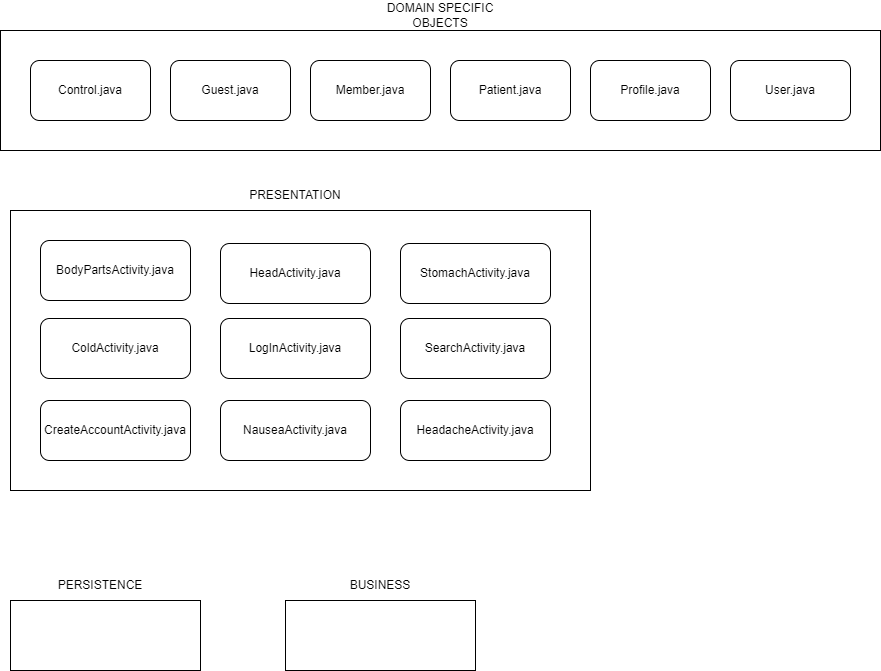
The draw.io diagram Iteration2_documents/ArchitectureDiagram.png in Vedant1206/Personal-HealthCare, before a commit. Source tidied: cells renumbered, new cells last; positions are measured from the earlier drawing's top-left corner, leaving out a move shared by most shapes.
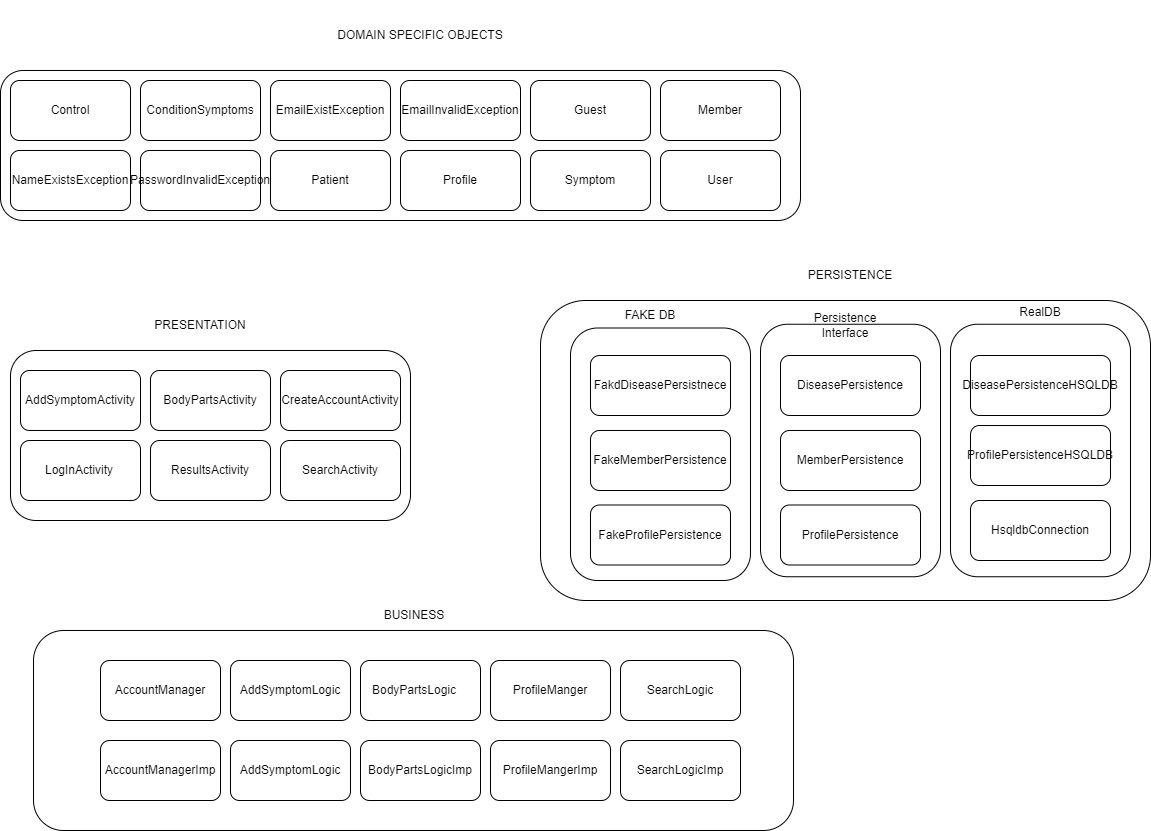
The same diagram one commit later.

Change to the diagram source:
```diff
@@ -2,74 +2,242 @@
   <root>
     <mxCell id="0" />
     <mxCell id="1" parent="0" />
-    <mxCell id="2" style="rounded=0;whiteSpace=wrap;html=1;align=left;" parent="1" vertex="1">
-      <mxGeometry y="30" width="880" height="120" as="geometry" />
-    </mxCell>
-    <mxCell id="3" value="Guest.java" style="rounded=1;whiteSpace=wrap;html=1;" parent="1" vertex="1">
-      <mxGeometry x="170" y="60" width="120" height="60" as="geometry" />
-    </mxCell>
-    <mxCell id="4" value="Member.java" style="rounded=1;whiteSpace=wrap;html=1;" parent="1" vertex="1">
-      <mxGeometry x="310" y="60" width="120" height="60" as="geometry" />
-    </mxCell>
-    <mxCell id="5" value="Patient.java" style="rounded=1;whiteSpace=wrap;html=1;" parent="1" vertex="1">
-      <mxGeometry x="450" y="60" width="120" height="60" as="geometry" />
-    </mxCell>
-    <mxCell id="6" value="Profile.java" style="rounded=1;whiteSpace=wrap;html=1;" parent="1" vertex="1">
-      <mxGeometry x="590" y="60" width="120" height="60" as="geometry" />
-    </mxCell>
-    <mxCell id="7" value="User.java" style="rounded=1;whiteSpace=wrap;html=1;" parent="1" vertex="1">
-      <mxGeometry x="730" y="60" width="120" height="60" as="geometry" />
-    </mxCell>
-    <mxCell id="8" value="Control.java" style="rounded=1;whiteSpace=wrap;html=1;" parent="1" vertex="1">
-      <mxGeometry x="30" y="60" width="120" height="60" as="geometry" />
-    </mxCell>
-    <mxCell id="9" style="rounded=0;whiteSpace=wrap;html=1;align=left;" parent="1" vertex="1">
-      <mxGeometry x="10" y="210" width="580" height="280" as="geometry" />
-    </mxCell>
-    <mxCell id="10" value="ColdActivity.java" style="rounded=1;whiteSpace=wrap;html=1;" parent="1" vertex="1">
-      <mxGeometry x="40" y="318" width="150" height="60" as="geometry" />
-    </mxCell>
-    <mxCell id="11" value="CreateAccountActivity.java" style="rounded=1;whiteSpace=wrap;html=1;" parent="1" vertex="1">
-      <mxGeometry x="40" y="400" width="150" height="60" as="geometry" />
-    </mxCell>
-    <mxCell id="12" value="HeadacheActivity.java" style="rounded=1;whiteSpace=wrap;html=1;" parent="1" vertex="1">
-      <mxGeometry x="400" y="400" width="150" height="60" as="geometry" />
-    </mxCell>
-    <mxCell id="13" value="HeadActivity.java" style="rounded=1;whiteSpace=wrap;html=1;" parent="1" vertex="1">
-      <mxGeometry x="220" y="243" width="150" height="60" as="geometry" />
-    </mxCell>
-    <mxCell id="14" value="LogInActivity.java" style="rounded=1;whiteSpace=wrap;html=1;" parent="1" vertex="1">
-      <mxGeometry x="220" y="318" width="150" height="60" as="geometry" />
-    </mxCell>
-    <mxCell id="15" value="BodyPartsActivity.java" style="rounded=1;whiteSpace=wrap;html=1;" parent="1" vertex="1">
-      <mxGeometry x="40" y="240" width="150" height="60" as="geometry" />
-    </mxCell>
-    <mxCell id="16" style="rounded=0;whiteSpace=wrap;html=1;align=left;" parent="1" vertex="1">
-      <mxGeometry x="10" y="600" width="190" height="70" as="geometry" />
-    </mxCell>
-    <mxCell id="17" value="NauseaActivity.java" style="rounded=1;whiteSpace=wrap;html=1;" parent="1" vertex="1">
-      <mxGeometry x="220" y="400" width="150" height="60" as="geometry" />
-    </mxCell>
-    <mxCell id="18" value="SearchActivity.java" style="rounded=1;whiteSpace=wrap;html=1;" parent="1" vertex="1">
-      <mxGeometry x="400" y="318" width="150" height="60" as="geometry" />
-    </mxCell>
-    <mxCell id="19" value="StomachActivity.java" style="rounded=1;whiteSpace=wrap;html=1;" parent="1" vertex="1">
-      <mxGeometry x="400" y="243" width="150" height="60" as="geometry" />
-    </mxCell>
-    <mxCell id="20" style="rounded=0;whiteSpace=wrap;html=1;align=left;" parent="1" vertex="1">
-      <mxGeometry x="285" y="600" width="190" height="70" as="geometry" />
-    </mxCell>
+    <mxCell id="25" style="rounded=1;whiteSpace=wrap;html=1;" parent="1" vertex="1">
+      <mxGeometry x="90" y="30" width="800" height="150" as="geometry" />
+    </mxCell>
+    <mxCell id="24" value="DOMAIN SPECIFIC OBJECTS" style="text;html=1;strokeColor=none;fillColor=none;align=center;verticalAlign=middle;whiteSpace=wrap;rounded=0;" parent="1" vertex="1">
+      <mxGeometry x="290" y="-40" width="440" height="70" as="geometry" />
+    </mxCell>
+    <mxCell id="26" style="rounded=1;whiteSpace=wrap;html=1;" parent="1" vertex="1">
+      <mxGeometry x="100" y="40" width="120" height="60" as="geometry" />
+    </mxCell>
+    <mxCell id="27" style="rounded=1;whiteSpace=wrap;html=1;" parent="1" vertex="1">
+      <mxGeometry x="100" y="110" width="120" height="60" as="geometry" />
+    </mxCell>
+    <mxCell id="28" style="rounded=1;whiteSpace=wrap;html=1;" parent="1" vertex="1">
+      <mxGeometry x="230" y="40" width="120" height="60" as="geometry" />
+    </mxCell>
+    <mxCell id="29" style="rounded=1;whiteSpace=wrap;html=1;" parent="1" vertex="1">
+      <mxGeometry x="230" y="110" width="120" height="60" as="geometry" />
+    </mxCell>
+    <mxCell id="30" style="rounded=1;whiteSpace=wrap;html=1;" parent="1" vertex="1">
+      <mxGeometry x="360" y="40" width="120" height="60" as="geometry" />
+    </mxCell>
+    <mxCell id="31" style="rounded=1;whiteSpace=wrap;html=1;" parent="1" vertex="1">
+      <mxGeometry x="360" y="110" width="120" height="60" as="geometry" />
+    </mxCell>
+    <mxCell id="32" style="rounded=1;whiteSpace=wrap;html=1;" parent="1" vertex="1">
+      <mxGeometry x="490" y="40" width="120" height="60" as="geometry" />
+    </mxCell>
+    <mxCell id="33" style="rounded=1;whiteSpace=wrap;html=1;" parent="1" vertex="1">
+      <mxGeometry x="490" y="110" width="120" height="60" as="geometry" />
+    </mxCell>
+    <mxCell id="34" style="rounded=1;whiteSpace=wrap;html=1;" parent="1" vertex="1">
+      <mxGeometry x="620" y="40" width="120" height="60" as="geometry" />
+    </mxCell>
+    <mxCell id="35" style="rounded=1;whiteSpace=wrap;html=1;" parent="1" vertex="1">
+      <mxGeometry x="620" y="110" width="120" height="60" as="geometry" />
+    </mxCell>
+    <mxCell id="36" style="rounded=1;whiteSpace=wrap;html=1;" parent="1" vertex="1">
+      <mxGeometry x="750" y="40" width="120" height="60" as="geometry" />
+    </mxCell>
+    <mxCell id="37" style="rounded=1;whiteSpace=wrap;html=1;" parent="1" vertex="1">
+      <mxGeometry x="750" y="110" width="120" height="60" as="geometry" />
+    </mxCell>
+    <mxCell id="38" value="Control" style="text;html=1;strokeColor=none;fillColor=none;align=center;verticalAlign=middle;whiteSpace=wrap;rounded=0;" parent="1" vertex="1">
+      <mxGeometry x="130" y="55" width="60" height="30" as="geometry" />
+    </mxCell>
+    <mxCell id="39" value="NameExistsException" style="text;html=1;strokeColor=none;fillColor=none;align=center;verticalAlign=middle;whiteSpace=wrap;rounded=0;" parent="1" vertex="1">
+      <mxGeometry x="130" y="125" width="60" height="30" as="geometry" />
+    </mxCell>
+    <mxCell id="40" value="ConditionSymptoms" style="text;html=1;strokeColor=none;fillColor=none;align=center;verticalAlign=middle;whiteSpace=wrap;rounded=0;" parent="1" vertex="1">
+      <mxGeometry x="260" y="55" width="60" height="30" as="geometry" />
+    </mxCell>
+    <mxCell id="41" value="PasswordInvalidException" style="text;html=1;strokeColor=none;fillColor=none;align=center;verticalAlign=middle;whiteSpace=wrap;rounded=0;" parent="1" vertex="1">
+      <mxGeometry x="260" y="125" width="60" height="30" as="geometry" />
+    </mxCell>
+    <mxCell id="42" value="EmailExistException" style="text;html=1;strokeColor=none;fillColor=none;align=center;verticalAlign=middle;whiteSpace=wrap;rounded=0;" parent="1" vertex="1">
+      <mxGeometry x="390" y="55" width="60" height="30" as="geometry" />
+    </mxCell>
+    <mxCell id="43" value="Patient" style="text;html=1;strokeColor=none;fillColor=none;align=center;verticalAlign=middle;whiteSpace=wrap;rounded=0;" parent="1" vertex="1">
+      <mxGeometry x="390" y="125" width="60" height="30" as="geometry" />
+    </mxCell>
+    <mxCell id="44" value="EmailInvalidException" style="text;html=1;strokeColor=none;fillColor=none;align=center;verticalAlign=middle;whiteSpace=wrap;rounded=0;" parent="1" vertex="1">
+      <mxGeometry x="520" y="55" width="60" height="30" as="geometry" />
+    </mxCell>
+    <mxCell id="45" value="Profile" style="text;html=1;strokeColor=none;fillColor=none;align=center;verticalAlign=middle;whiteSpace=wrap;rounded=0;" parent="1" vertex="1">
+      <mxGeometry x="520" y="125" width="60" height="30" as="geometry" />
+    </mxCell>
+    <mxCell id="46" value="Guest" style="text;html=1;strokeColor=none;fillColor=none;align=center;verticalAlign=middle;whiteSpace=wrap;rounded=0;" parent="1" vertex="1">
+      <mxGeometry x="650" y="55" width="60" height="30" as="geometry" />
+    </mxCell>
+    <mxCell id="47" value="Symptom" style="text;html=1;strokeColor=none;fillColor=none;align=center;verticalAlign=middle;whiteSpace=wrap;rounded=0;" parent="1" vertex="1">
+      <mxGeometry x="650" y="125" width="60" height="30" as="geometry" />
+    </mxCell>
+    <mxCell id="48" value="Member" style="text;html=1;strokeColor=none;fillColor=none;align=center;verticalAlign=middle;whiteSpace=wrap;rounded=0;" parent="1" vertex="1">
+      <mxGeometry x="780" y="55" width="60" height="30" as="geometry" />
+    </mxCell>
+    <mxCell id="49" value="User" style="text;html=1;strokeColor=none;fillColor=none;align=center;verticalAlign=middle;whiteSpace=wrap;rounded=0;" parent="1" vertex="1">
+      <mxGeometry x="780" y="125" width="60" height="30" as="geometry" />
+    </mxCell>
     <mxCell id="21" value="PRESENTATION" style="text;html=1;strokeColor=none;fillColor=none;align=center;verticalAlign=middle;whiteSpace=wrap;rounded=0;" parent="1" vertex="1">
-      <mxGeometry x="225" y="180" width="140" height="30" as="geometry" />
+      <mxGeometry x="260" y="270" width="60" height="30" as="geometry" />
     </mxCell>
+    <mxCell id="50" style="rounded=1;whiteSpace=wrap;html=1;" parent="1" vertex="1">
+      <mxGeometry x="100" y="310" width="400" height="170" as="geometry" />
+    </mxCell>
+    <mxCell id="51" style="rounded=1;whiteSpace=wrap;html=1;" parent="1" vertex="1">
+      <mxGeometry x="110" y="330" width="120" height="60" as="geometry" />
+    </mxCell>
+    <mxCell id="52" style="rounded=1;whiteSpace=wrap;html=1;" parent="1" vertex="1">
+      <mxGeometry x="240" y="330" width="120" height="60" as="geometry" />
+    </mxCell>
+    <mxCell id="53" style="rounded=1;whiteSpace=wrap;html=1;" parent="1" vertex="1">
+      <mxGeometry x="370" y="330" width="120" height="60" as="geometry" />
+    </mxCell>
+    <mxCell id="54" style="rounded=1;whiteSpace=wrap;html=1;" parent="1" vertex="1">
+      <mxGeometry x="240" y="400" width="120" height="60" as="geometry" />
+    </mxCell>
+    <mxCell id="55" style="rounded=1;whiteSpace=wrap;html=1;" parent="1" vertex="1">
+      <mxGeometry x="370" y="400" width="120" height="60" as="geometry" />
+    </mxCell>
+    <mxCell id="56" style="rounded=1;whiteSpace=wrap;html=1;" parent="1" vertex="1">
+      <mxGeometry x="110" y="400" width="120" height="60" as="geometry" />
+    </mxCell>
+    <mxCell id="57" value="AddSymptomActivity" style="text;html=1;strokeColor=none;fillColor=none;align=center;verticalAlign=middle;whiteSpace=wrap;rounded=0;" parent="1" vertex="1">
+      <mxGeometry x="140" y="345" width="60" height="30" as="geometry" />
+    </mxCell>
+    <mxCell id="58" value="BodyPartsActivity" style="text;html=1;strokeColor=none;fillColor=none;align=center;verticalAlign=middle;whiteSpace=wrap;rounded=0;" parent="1" vertex="1">
+      <mxGeometry x="270" y="345" width="60" height="30" as="geometry" />
+    </mxCell>
+    <mxCell id="59" value="CreateAccountActivity" style="text;html=1;strokeColor=none;fillColor=none;align=center;verticalAlign=middle;whiteSpace=wrap;rounded=0;" parent="1" vertex="1">
+      <mxGeometry x="400" y="345" width="60" height="30" as="geometry" />
+    </mxCell>
+    <mxCell id="60" value="LogInActivity" style="text;html=1;strokeColor=none;fillColor=none;align=center;verticalAlign=middle;whiteSpace=wrap;rounded=0;" parent="1" vertex="1">
+      <mxGeometry x="139" y="415" width="60" height="30" as="geometry" />
+    </mxCell>
+    <mxCell id="61" value="ResultsActivity" style="text;html=1;strokeColor=none;fillColor=none;align=center;verticalAlign=middle;whiteSpace=wrap;rounded=0;" parent="1" vertex="1">
+      <mxGeometry x="270" y="415" width="60" height="30" as="geometry" />
+    </mxCell>
+    <mxCell id="62" value="SearchActivity" style="text;html=1;strokeColor=none;fillColor=none;align=center;verticalAlign=middle;whiteSpace=wrap;rounded=0;" parent="1" vertex="1">
+      <mxGeometry x="400" y="415" width="60" height="30" as="geometry" />
+    </mxCell>
+    <mxCell id="63" style="rounded=1;whiteSpace=wrap;html=1;" parent="1" vertex="1">
+      <mxGeometry x="630" y="260" width="610" height="300" as="geometry" />
+    </mxCell>
+    <mxCell id="23" value="PERSISTENCE" style="text;html=1;strokeColor=none;fillColor=none;align=center;verticalAlign=middle;whiteSpace=wrap;rounded=0;" parent="1" vertex="1">
+      <mxGeometry x="910" y="220" width="60" height="30" as="geometry" />
+    </mxCell>
+    <mxCell id="64" style="rounded=1;whiteSpace=wrap;html=1;" parent="1" vertex="1">
+      <mxGeometry x="660" y="287.5" width="180" height="252.5" as="geometry" />
+    </mxCell>
+    <mxCell id="65" value="FAKE DB" style="text;html=1;strokeColor=none;fillColor=none;align=center;verticalAlign=middle;whiteSpace=wrap;rounded=0;" parent="1" vertex="1">
+      <mxGeometry x="710" y="260" width="60" height="30" as="geometry" />
+    </mxCell>
+    <mxCell id="66" value="FakdDiseasePersistnece" style="rounded=1;whiteSpace=wrap;html=1;" parent="1" vertex="1">
+      <mxGeometry x="680" y="315" width="140" height="60" as="geometry" />
+    </mxCell>
+    <mxCell id="67" value="FakeMemberPersistence" style="rounded=1;whiteSpace=wrap;html=1;" parent="1" vertex="1">
+      <mxGeometry x="680" y="390" width="140" height="60" as="geometry" />
+    </mxCell>
+    <mxCell id="68" value="FakeProfilePersistence" style="rounded=1;whiteSpace=wrap;html=1;" parent="1" vertex="1">
+      <mxGeometry x="680" y="464.5" width="140" height="60" as="geometry" />
+    </mxCell>
+    <mxCell id="69" style="rounded=1;whiteSpace=wrap;html=1;verticalAlign=bottom;" parent="1" vertex="1">
+      <mxGeometry x="850" y="283.8" width="180" height="252.5" as="geometry" />
+    </mxCell>
+    <mxCell id="70" value="DiseasePersistence" style="rounded=1;whiteSpace=wrap;html=1;" parent="1" vertex="1">
+      <mxGeometry x="870" y="315" width="140" height="60" as="geometry" />
+    </mxCell>
+    <mxCell id="71" value="MemberPersistence" style="rounded=1;whiteSpace=wrap;html=1;" parent="1" vertex="1">
+      <mxGeometry x="870" y="390" width="140" height="60" as="geometry" />
+    </mxCell>
+    <mxCell id="72" value="ProfilePersistence" style="rounded=1;whiteSpace=wrap;html=1;" parent="1" vertex="1">
+      <mxGeometry x="870" y="464.5" width="140" height="60" as="geometry" />
+    </mxCell>
+    <mxCell id="73" style="rounded=1;whiteSpace=wrap;html=1;" parent="1" vertex="1">
+      <mxGeometry x="1040" y="283.8" width="180" height="252.5" as="geometry" />
+    </mxCell>
+    <mxCell id="74" value="Persistence Interface" style="text;html=1;strokeColor=none;fillColor=none;align=center;verticalAlign=middle;whiteSpace=wrap;rounded=0;" parent="1" vertex="1">
+      <mxGeometry x="905" y="270" width="60" height="30" as="geometry" />
+    </mxCell>
+    <mxCell id="75" value="RealDB" style="text;html=1;strokeColor=none;fillColor=none;align=center;verticalAlign=middle;whiteSpace=wrap;rounded=0;" parent="1" vertex="1">
+      <mxGeometry x="1100" y="257.5" width="60" height="30" as="geometry" />
+    </mxCell>
+    <mxCell id="76" value="DiseasePersistenceHSQLDB" style="rounded=1;whiteSpace=wrap;html=1;" parent="1" vertex="1">
+      <mxGeometry x="1060" y="315" width="140" height="60" as="geometry" />
+    </mxCell>
+    <mxCell id="77" value="ProfilePersistenceHSQLDB" style="rounded=1;whiteSpace=wrap;html=1;" parent="1" vertex="1">
+      <mxGeometry x="1060" y="385" width="140" height="60" as="geometry" />
+    </mxCell>
+    <mxCell id="78" value="HsqldbConnection" style="rounded=1;whiteSpace=wrap;html=1;" parent="1" vertex="1">
+      <mxGeometry x="1060" y="460" width="140" height="60" as="geometry" />
+    </mxCell>
+    <mxCell id="79" style="rounded=1;whiteSpace=wrap;html=1;" parent="1" vertex="1">
+      <mxGeometry x="123" y="590" width="760" height="200" as="geometry" />
+    </mxCell>
+    <mxCell id="80" style="rounded=1;whiteSpace=wrap;html=1;" parent="1" vertex="1">
+      <mxGeometry x="190" y="620" width="120" height="60" as="geometry" />
+    </mxCell>
+    <mxCell id="81" style="rounded=1;whiteSpace=wrap;html=1;" parent="1" vertex="1">
+      <mxGeometry x="320" y="620" width="120" height="60" as="geometry" />
+    </mxCell>
+    <mxCell id="82" style="rounded=1;whiteSpace=wrap;html=1;" parent="1" vertex="1">
+      <mxGeometry x="450" y="620" width="120" height="60" as="geometry" />
+    </mxCell>
+    <mxCell id="83" style="rounded=1;whiteSpace=wrap;html=1;" parent="1" vertex="1">
+      <mxGeometry x="710" y="620" width="120" height="60" as="geometry" />
+    </mxCell>
+    <mxCell id="84" style="rounded=1;whiteSpace=wrap;html=1;" parent="1" vertex="1">
+      <mxGeometry x="580" y="620" width="120" height="60" as="geometry" />
+    </mxCell>
+    <mxCell id="85" style="rounded=1;whiteSpace=wrap;html=1;" parent="1" vertex="1">
+      <mxGeometry x="710" y="700" width="120" height="60" as="geometry" />
+    </mxCell>
+    <mxCell id="86" style="rounded=1;whiteSpace=wrap;html=1;" parent="1" vertex="1">
+      <mxGeometry x="580" y="700" width="120" height="60" as="geometry" />
+    </mxCell>
+    <mxCell id="87" style="rounded=1;whiteSpace=wrap;html=1;" parent="1" vertex="1">
+      <mxGeometry x="450" y="700" width="120" height="60" as="geometry" />
+    </mxCell>
+    <mxCell id="88" style="rounded=1;whiteSpace=wrap;html=1;" parent="1" vertex="1">
+      <mxGeometry x="320" y="700" width="120" height="60" as="geometry" />
+    </mxCell>
+    <mxCell id="89" style="rounded=1;whiteSpace=wrap;html=1;" parent="1" vertex="1">
+      <mxGeometry x="190" y="700" width="120" height="60" as="geometry" />
+    </mxCell>
     <mxCell id="22" value="BUSINESS" style="text;html=1;strokeColor=none;fillColor=none;align=center;verticalAlign=middle;whiteSpace=wrap;rounded=0;" parent="1" vertex="1">
-      <mxGeometry x="310" y="570" width="140" height="30" as="geometry" />
+      <mxGeometry x="474" y="560" width="60" height="30" as="geometry" />
     </mxCell>
-    <mxCell id="23" value="PERSISTENCE" style="text;html=1;strokeColor=none;fillColor=none;align=center;verticalAlign=middle;whiteSpace=wrap;rounded=0;" parent="1" vertex="1">
-      <mxGeometry x="30" y="570" width="140" height="30" as="geometry" />
-    </mxCell>
-    <mxCell id="24" value="DOMAIN SPECIFIC OBJECTS" style="text;html=1;strokeColor=none;fillColor=none;align=center;verticalAlign=middle;whiteSpace=wrap;rounded=0;" parent="1" vertex="1">
-      <mxGeometry x="370" width="140" height="30" as="geometry" />
-    </mxCell>
+    <mxCell id="90" value="AccountManager" style="text;html=1;strokeColor=none;fillColor=none;align=center;verticalAlign=middle;whiteSpace=wrap;rounded=0;" parent="1" vertex="1">
+      <mxGeometry x="220" y="635" width="60" height="30" as="geometry" />
+    </mxCell>
+    <mxCell id="91" value="AccountManagerImp" style="text;html=1;strokeColor=none;fillColor=none;align=center;verticalAlign=middle;whiteSpace=wrap;rounded=0;" parent="1" vertex="1">
+      <mxGeometry x="220" y="715" width="60" height="30" as="geometry" />
+    </mxCell>
+    <mxCell id="92" value="SearchLogic" style="text;html=1;strokeColor=none;fillColor=none;align=center;verticalAlign=middle;whiteSpace=wrap;rounded=0;" parent="1" vertex="1">
+      <mxGeometry x="740" y="635" width="60" height="30" as="geometry" />
+    </mxCell>
+    <mxCell id="93" value="ProfileManger" style="text;html=1;strokeColor=none;fillColor=none;align=center;verticalAlign=middle;whiteSpace=wrap;rounded=0;" parent="1" vertex="1">
+      <mxGeometry x="610" y="635" width="60" height="30" as="geometry" />
+    </mxCell>
+    <mxCell id="94" value="BodyPartsLogic" style="text;html=1;strokeColor=none;fillColor=none;align=center;verticalAlign=middle;whiteSpace=wrap;rounded=0;" parent="1" vertex="1">
+      <mxGeometry x="474" y="635" width="60" height="30" as="geometry" />
+    </mxCell>
+    <mxCell id="95" value="AddSymptomLogic" style="text;html=1;strokeColor=none;fillColor=none;align=center;verticalAlign=middle;whiteSpace=wrap;rounded=0;" parent="1" vertex="1">
+      <mxGeometry x="350" y="635" width="60" height="30" as="geometry" />
+    </mxCell>
+    <mxCell id="96" value="ProfileMangerImp" style="text;html=1;strokeColor=none;fillColor=none;align=center;verticalAlign=middle;whiteSpace=wrap;rounded=0;" parent="1" vertex="1">
+      <mxGeometry x="610" y="715" width="60" height="30" as="geometry" />
+    </mxCell>
+    <mxCell id="97" value="BodyPartsLogicImp" style="text;html=1;strokeColor=none;fillColor=none;align=center;verticalAlign=middle;whiteSpace=wrap;rounded=0;" parent="1" vertex="1">
+      <mxGeometry x="480" y="715" width="60" height="30" as="geometry" />
+    </mxCell>
+    <mxCell id="98" value="AddSymptomLogic" style="text;html=1;strokeColor=none;fillColor=none;align=center;verticalAlign=middle;whiteSpace=wrap;rounded=0;" parent="1" vertex="1">
+      <mxGeometry x="350" y="715" width="60" height="30" as="geometry" />
+    </mxCell>
+    <mxCell id="99" value="SearchLogicImp" style="text;html=1;strokeColor=none;fillColor=none;align=center;verticalAlign=middle;whiteSpace=wrap;rounded=0;" parent="1" vertex="1">
+      <mxGeometry x="740" y="715" width="60" height="30" as="geometry" />
+    </mxCell>
   </root>
 </mxGraphModel>
```
